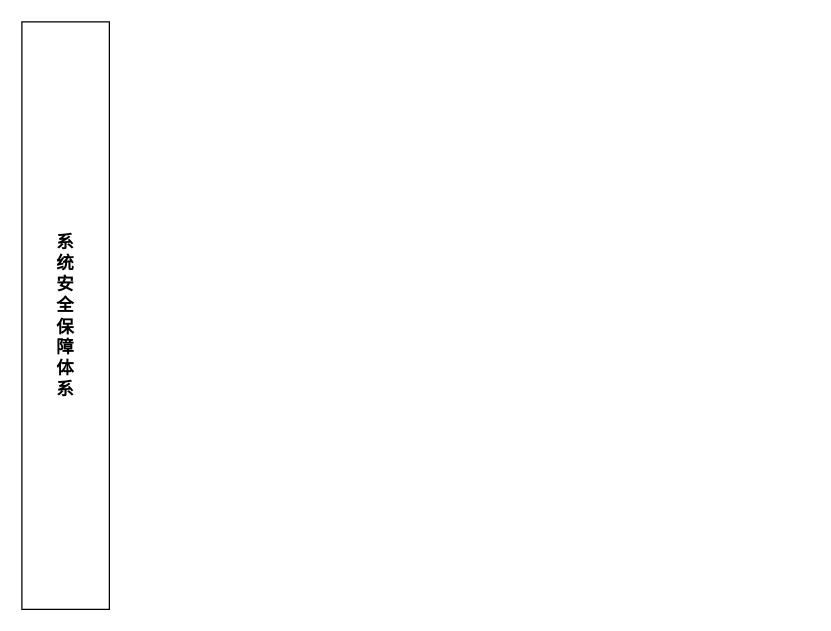
The draw.io diagram 5G直播系统架构图.drawio in haycheng/draw.io, before the edit. Source tidied: cells renumbered, new cells numbered last; positions are measured from the earlier drawing's top-left corner, leaving out a move shared by most shapes. Both pictures are drawn from the tidied source at 125%, with x=0, y=0 at pixel (21, 21).
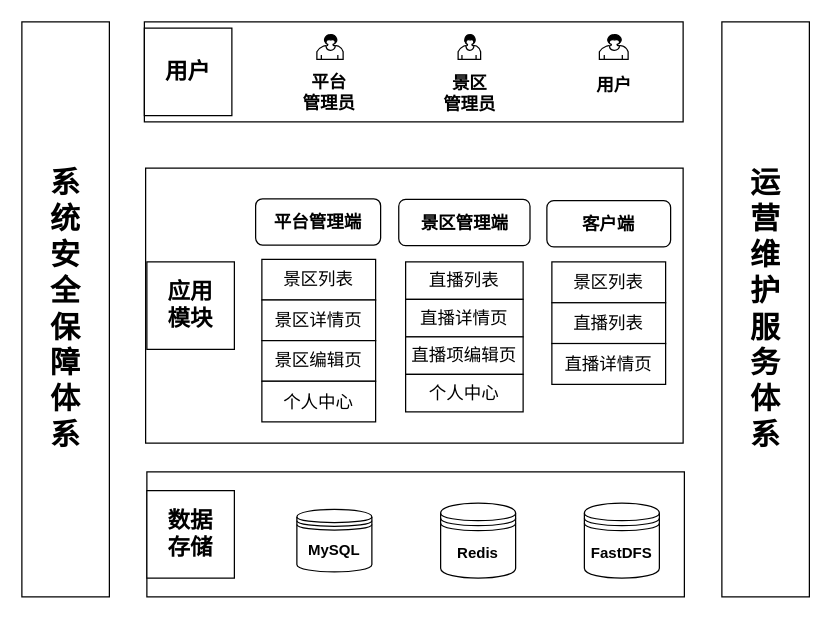
The same page after the edit.

Commit message (it also covers changes not shown here):
Update 5G直播系统架构图.drawio

What changed in the source:
```diff
@@
-    <mxCell id="2" value="&lt;font face=&quot;calibri, sans-serif&quot;&gt;&lt;span style=&quot;font-size: 14px&quot;&gt;&lt;b&gt;系&lt;br&gt;统&lt;br&gt;安&lt;br&gt;全&lt;br&gt;保&lt;br&gt;障&lt;br&gt;体&lt;br&gt;系&lt;/b&gt;&lt;/span&gt;&lt;/font&gt;" style="rounded=0;whiteSpace=wrap;html=1;" parent="1" vertex="1">
-      <mxGeometry width="70" height="470" as="geometry" />
+    <mxCell id="2" value="&lt;font face=&quot;calibri, sans-serif&quot; style=&quot;font-size: 24px&quot;&gt;&lt;b&gt;系&lt;br&gt;统&lt;br&gt;安&lt;br&gt;全&lt;br&gt;保&lt;br&gt;障&lt;br&gt;体&lt;br&gt;系&lt;/b&gt;&lt;/font&gt;" style="rounded=0;whiteSpace=wrap;html=1;" parent="1" vertex="1">
+      <mxGeometry width="70" height="460" as="geometry" />
     </mxCell>
+    <mxCell id="3" style="rounded=0;whiteSpace=wrap;html=1;" parent="1" vertex="1">
+      <mxGeometry x="100" y="360" width="430" height="100" as="geometry" />
+    </mxCell>
+    <mxCell id="4" value="&lt;b&gt;&lt;font style=&quot;font-size: 18px&quot;&gt;数据&lt;br&gt;存储&lt;br&gt;&lt;/font&gt;&lt;/b&gt;" style="rounded=0;whiteSpace=wrap;html=1;" parent="1" vertex="1">
+      <mxGeometry x="100" y="375" width="70" height="70" as="geometry" />
+    </mxCell>
+    <mxCell id="5" value="MySQL" style="shape=datastore;whiteSpace=wrap;html=1;fontStyle=1;" parent="1" vertex="1">
+      <mxGeometry x="220" y="390" width="60" height="50" as="geometry" />
+    </mxCell>
+    <mxCell id="6" value="Redis" style="shape=datastore;whiteSpace=wrap;html=1;fontStyle=1;" parent="1" vertex="1">
+      <mxGeometry x="335" y="385" width="60" height="60" as="geometry" />
+    </mxCell>
+    <mxCell id="7" value="FastDFS" style="shape=datastore;whiteSpace=wrap;html=1;fontStyle=1;" parent="1" vertex="1">
+      <mxGeometry x="450" y="385" width="60" height="60" as="geometry" />
+    </mxCell>
+    <mxCell id="8" style="rounded=0;whiteSpace=wrap;html=1;" parent="1" vertex="1">
+      <mxGeometry x="99" y="117" width="430" height="220" as="geometry" />
+    </mxCell>
+    <mxCell id="9" value="&lt;b&gt;&lt;font style=&quot;font-size: 18px&quot;&gt;应用&lt;br&gt;模块&lt;br&gt;&lt;/font&gt;&lt;/b&gt;" style="rounded=0;whiteSpace=wrap;html=1;" parent="1" vertex="1">
+      <mxGeometry x="100" y="192" width="70" height="70" as="geometry" />
+    </mxCell>
+    <mxCell id="10" value="&lt;font style=&quot;font-size: 14px&quot;&gt;平台管理端&lt;/font&gt;" style="rounded=1;whiteSpace=wrap;html=1;fontStyle=1;" parent="1" vertex="1">
+      <mxGeometry x="187" y="141.5" width="100" height="37" as="geometry" />
+    </mxCell>
+    <mxCell id="11" value="&lt;font style=&quot;font-size: 14px&quot;&gt;景区管理端&lt;/font&gt;" style="rounded=1;whiteSpace=wrap;html=1;fontStyle=1;" parent="1" vertex="1">
+      <mxGeometry x="301.5" y="142" width="105" height="37" as="geometry" />
+    </mxCell>
+    <mxCell id="12" value="&lt;font style=&quot;font-size: 14px&quot;&gt;&lt;b&gt;客户端&lt;/b&gt;&lt;/font&gt;" style="rounded=1;whiteSpace=wrap;html=1;" parent="1" vertex="1">
+      <mxGeometry x="420" y="143" width="99" height="37" as="geometry" />
+    </mxCell>
+    <mxCell id="13" style="rounded=0;whiteSpace=wrap;html=1;" parent="1" vertex="1">
+      <mxGeometry x="98" width="431" height="80" as="geometry" />
+    </mxCell>
+    <mxCell id="14" value="&lt;b&gt;&lt;font style=&quot;font-size: 18px&quot;&gt;用户&lt;br&gt;&lt;/font&gt;&lt;/b&gt;" style="rounded=0;whiteSpace=wrap;html=1;" parent="1" vertex="1">
+      <mxGeometry x="98" y="5" width="70" height="70" as="geometry" />
+    </mxCell>
+    <mxCell id="15" style="shape=mxgraph.bpmn.user_task;html=1;" parent="1" vertex="1">
+      <mxGeometry x="236" y="10" width="21" height="20" as="geometry" />
+    </mxCell>
+    <mxCell id="16" value="&lt;font style=&quot;font-size: 14px&quot;&gt;平台&lt;br&gt;管理员&lt;/font&gt;" style="text;html=1;strokeColor=none;fillColor=none;align=center;verticalAlign=middle;whiteSpace=wrap;rounded=0;fontStyle=1;" parent="1" vertex="1">
+      <mxGeometry x="219" y="46" width="54" height="20" as="geometry" />
+    </mxCell>
+    <mxCell id="17" style="shape=mxgraph.bpmn.user_task;html=1;" parent="1" vertex="1">
+      <mxGeometry x="349" y="10" width="18" height="20" as="geometry" />
+    </mxCell>
+    <mxCell id="18" value="&lt;font style=&quot;font-size: 14px&quot;&gt;景区&lt;br&gt;管理员&lt;/font&gt;" style="text;html=1;strokeColor=none;fillColor=none;align=center;verticalAlign=middle;whiteSpace=wrap;rounded=0;fontStyle=1;" parent="1" vertex="1">
+      <mxGeometry x="332.5" y="46" width="51" height="21" as="geometry" />
+    </mxCell>
+    <mxCell id="19" style="shape=mxgraph.bpmn.user_task;html=1;" parent="1" vertex="1">
+      <mxGeometry x="462" y="10" width="23" height="20" as="geometry" />
+    </mxCell>
+    <mxCell id="20" value="&lt;font style=&quot;font-size: 14px&quot;&gt;用户&lt;/font&gt;" style="text;html=1;strokeColor=none;fillColor=none;align=center;verticalAlign=middle;whiteSpace=wrap;rounded=0;fontStyle=1;" parent="1" vertex="1">
+      <mxGeometry x="454" y="40" width="40" height="21" as="geometry" />
+    </mxCell>
+    <mxCell id="21" style="group;" parent="1" vertex="1">
+      <mxGeometry x="192" y="190" width="91" height="130" as="geometry" />
+    </mxCell>
+    <mxCell id="22" value="&lt;span style=&quot;line-height: 150%&quot;&gt;&lt;font style=&quot;font-size: 14px&quot;&gt;景区列表&lt;/font&gt;&lt;/span&gt;" style="rounded=0;whiteSpace=wrap;html=1;" parent="21" vertex="1">
+      <mxGeometry width="91" height="32.5" as="geometry" />
+    </mxCell>
+    <mxCell id="23" value="&lt;span style=&quot;line-height: 150%&quot;&gt;&lt;font style=&quot;font-size: 14px&quot;&gt;景区详情页&lt;/font&gt;&lt;/span&gt;" style="rounded=0;whiteSpace=wrap;html=1;" parent="21" vertex="1">
+      <mxGeometry y="32.5" width="91" height="32.5" as="geometry" />
+    </mxCell>
+    <mxCell id="24" value="&lt;span style=&quot;line-height: 150%&quot;&gt;&lt;font style=&quot;font-size: 14px&quot;&gt;景区编辑页&lt;/font&gt;&lt;/span&gt;" style="rounded=0;whiteSpace=wrap;html=1;" parent="21" vertex="1">
+      <mxGeometry y="65" width="91" height="32.5" as="geometry" />
+    </mxCell>
+    <mxCell id="25" value="&lt;span style=&quot;line-height: 150%&quot;&gt;&lt;font style=&quot;font-size: 14px&quot;&gt;个人中心&lt;/font&gt;&lt;/span&gt;" style="rounded=0;whiteSpace=wrap;html=1;" parent="21" vertex="1">
+      <mxGeometry y="97.5" width="91" height="32.5" as="geometry" />
+    </mxCell>
+    <mxCell id="26" style="group;" parent="1" vertex="1">
+      <mxGeometry x="307" y="192" width="94" height="120" as="geometry" />
+    </mxCell>
+    <mxCell id="27" value="&lt;span style=&quot;line-height: 150%&quot;&gt;&lt;font style=&quot;font-size: 14px&quot;&gt;直播列表&lt;/font&gt;&lt;/span&gt;" style="rounded=0;whiteSpace=wrap;html=1;" parent="26" vertex="1">
+      <mxGeometry width="94" height="30" as="geometry" />
+    </mxCell>
+    <mxCell id="28" value="&lt;span style=&quot;line-height: 150%&quot;&gt;&lt;font style=&quot;font-size: 14px&quot;&gt;直播详情页&lt;/font&gt;&lt;/span&gt;" style="rounded=0;whiteSpace=wrap;html=1;" parent="26" vertex="1">
+      <mxGeometry y="30" width="94" height="30" as="geometry" />
+    </mxCell>
+    <mxCell id="29" value="&lt;span style=&quot;line-height: 150%&quot;&gt;&lt;font style=&quot;font-size: 14px&quot;&gt;直播项编辑页&lt;/font&gt;&lt;/span&gt;" style="rounded=0;whiteSpace=wrap;html=1;" parent="26" vertex="1">
+      <mxGeometry y="60" width="94" height="30" as="geometry" />
+    </mxCell>
+    <mxCell id="30" value="&lt;span style=&quot;line-height: 150%&quot;&gt;&lt;font style=&quot;font-size: 14px&quot;&gt;个人中心&lt;/font&gt;&lt;/span&gt;" style="rounded=0;whiteSpace=wrap;html=1;" parent="26" vertex="1">
+      <mxGeometry y="90" width="94" height="30" as="geometry" />
+    </mxCell>
+    <mxCell id="31" style="group;" parent="1" vertex="1">
+      <mxGeometry x="424" y="192" width="91" height="98" as="geometry" />
+    </mxCell>
+    <mxCell id="32" value="&lt;span style=&quot;line-height: 150%&quot;&gt;&lt;font style=&quot;font-size: 14px&quot;&gt;景区列表&lt;/font&gt;&lt;/span&gt;" style="rounded=0;whiteSpace=wrap;html=1;" parent="31" vertex="1">
+      <mxGeometry width="91" height="32.7" as="geometry" />
+    </mxCell>
+    <mxCell id="33" value="&lt;span style=&quot;line-height: 150%&quot;&gt;&lt;font style=&quot;font-size: 14px&quot;&gt;直播列表&lt;/font&gt;&lt;/span&gt;" style="rounded=0;whiteSpace=wrap;html=1;" parent="31" vertex="1">
+      <mxGeometry y="32.7" width="91" height="32.7" as="geometry" />
+    </mxCell>
+    <mxCell id="34" value="&lt;span style=&quot;line-height: 150%&quot;&gt;&lt;font style=&quot;font-size: 14px&quot;&gt;直播详情页&lt;/font&gt;&lt;/span&gt;" style="rounded=0;whiteSpace=wrap;html=1;" parent="31" vertex="1">
+      <mxGeometry y="65.3" width="91" height="32.7" as="geometry" />
+    </mxCell>
+    <mxCell id="35" value="&lt;font face=&quot;calibri, sans-serif&quot;&gt;&lt;span style=&quot;font-size: 24px&quot;&gt;&lt;b&gt;运&lt;br&gt;营&lt;br&gt;维&lt;br&gt;护&lt;br&gt;服&lt;br&gt;务&lt;br&gt;体&lt;br&gt;系&lt;/b&gt;&lt;/span&gt;&lt;/font&gt;" style="rounded=0;whiteSpace=wrap;html=1;" parent="1" vertex="1">
+      <mxGeometry x="560" width="70" height="460" as="geometry" />
+    </mxCell>
```
